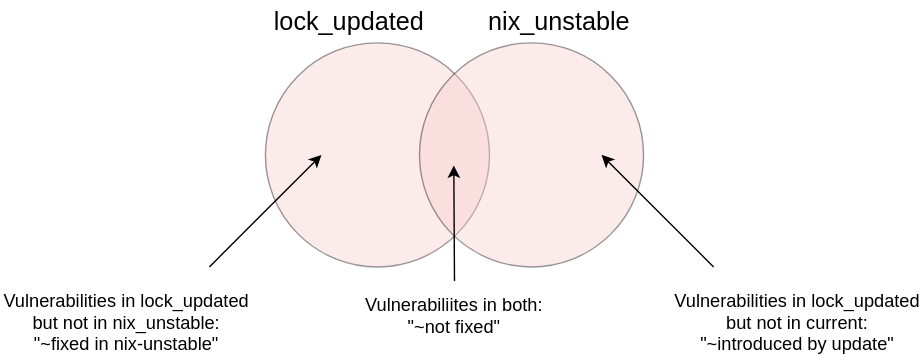
This is doc/img/lock_updated_vs_nix_unstable.drawio.svg from tiiuae/ghafscan, a draw.io export, as it was before one commit. Source tidied: cells renumbered, new cells last; positions are measured from the earlier drawing's top-left corner, leaving out a move shared by most shapes. Its diagram source:
```xml
<mxGraphModel>
  <root>
    <mxCell id="0" />
    <mxCell id="1" parent="0" />
    <mxCell id="2" style="ellipse;whiteSpace=wrap;html=1;fillColor=#f8cecc;strokeColor=#000000;textOpacity=80;opacity=40;" parent="1" vertex="1">
      <mxGeometry x="189" y="30" width="160" height="160" as="geometry" />
    </mxCell>
    <mxCell id="3" style="ellipse;whiteSpace=wrap;html=1;fillColor=#f8cecc;strokeColor=#000000;opacity=40;strokeWidth=1;" parent="1" vertex="1">
      <mxGeometry x="299" y="30" width="160" height="160" as="geometry" />
    </mxCell>
    <mxCell id="4" value="lock_updated" style="text;html=1;strokeColor=none;fillColor=none;align=center;verticalAlign=middle;whiteSpace=wrap;rounded=0;fontSize=18;" parent="1" vertex="1">
      <mxGeometry x="219" width="60" height="30" as="geometry" />
    </mxCell>
    <mxCell id="5" style="endArrow=classic;html=1;rounded=0;" parent="1" edge="1">
      <mxGeometry relative="1" as="geometry">
        <mxPoint x="324" y="200" as="sourcePoint" />
        <mxPoint x="323.5" y="117.5" as="targetPoint" />
      </mxGeometry>
    </mxCell>
    <mxCell id="6" value="Vulnerabiliites in both:&lt;br style=&quot;font-size: 13px;&quot;&gt;&quot;~not fixed&quot;" style="text;html=1;strokeColor=none;fillColor=none;align=center;verticalAlign=middle;whiteSpace=wrap;rounded=0;fontSize=13;" parent="1" vertex="1">
      <mxGeometry x="259" y="210" width="130" height="30" as="geometry" />
    </mxCell>
    <mxCell id="7" style="endArrow=classic;html=1;rounded=0;" parent="1" edge="1">
      <mxGeometry relative="1" as="geometry">
        <mxPoint x="149" y="190" as="sourcePoint" />
        <mxPoint x="229" y="110" as="targetPoint" />
      </mxGeometry>
    </mxCell>
    <mxCell id="8" value="Vulnerabilities in lock_updated but not in nix_unstable:&lt;br style=&quot;font-size: 13px;&quot;&gt;&quot;~fixed in nix-unstable&quot;" style="text;html=1;strokeColor=none;fillColor=none;align=center;verticalAlign=middle;whiteSpace=wrap;rounded=0;fontSize=13;" parent="1" vertex="1">
      <mxGeometry y="210" width="180" height="40" as="geometry" />
    </mxCell>
    <mxCell id="9" style="endArrow=classic;html=1;rounded=0;" parent="1" edge="1">
      <mxGeometry relative="1" as="geometry">
        <mxPoint x="509" y="190" as="sourcePoint" />
        <mxPoint x="429" y="110" as="targetPoint" />
      </mxGeometry>
    </mxCell>
    <mxCell id="10" value="Vulnerabilities in lock_updated but not in current:&lt;br style=&quot;font-size: 13px;&quot;&gt;&quot;~introduced by update&quot;" style="text;html=1;strokeColor=none;fillColor=none;align=center;verticalAlign=middle;whiteSpace=wrap;rounded=0;fontSize=13;" parent="1" vertex="1">
      <mxGeometry x="479" y="210" width="180" height="40" as="geometry" />
    </mxCell>
    <mxCell id="11" value="nix_unstable" style="text;html=1;strokeColor=none;fillColor=none;align=center;verticalAlign=middle;whiteSpace=wrap;rounded=0;fontSize=18;" parent="1" vertex="1">
      <mxGeometry x="334" width="130" height="30" as="geometry" />
    </mxCell>
  </root>
</mxGraphModel>
```
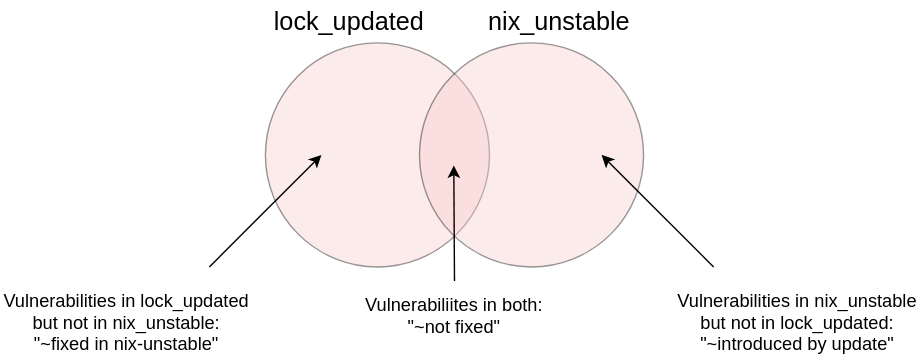
The same diagram one commit later.

Diff of the diagram source:
```diff
@@ -35,7 +35,7 @@
         <mxPoint x="429" y="110" as="targetPoint" />
       </mxGeometry>
     </mxCell>
-    <mxCell id="10" value="Vulnerabilities in lock_updated but not in current:&lt;br style=&quot;font-size: 13px;&quot;&gt;&quot;~introduced by update&quot;" style="text;html=1;strokeColor=none;fillColor=none;align=center;verticalAlign=middle;whiteSpace=wrap;rounded=0;fontSize=13;" parent="1" vertex="1">
+    <mxCell id="10" value="Vulnerabilities in nix_unstable but not in lock_updated:&lt;br style=&quot;font-size: 13px;&quot;&gt;&quot;~introduced by update&quot;" style="text;html=1;strokeColor=none;fillColor=none;align=center;verticalAlign=middle;whiteSpace=wrap;rounded=0;fontSize=13;" parent="1" vertex="1">
       <mxGeometry x="479" y="210" width="180" height="40" as="geometry" />
     </mxCell>
     <mxCell id="11" value="nix_unstable" style="text;html=1;strokeColor=none;fillColor=none;align=center;verticalAlign=middle;whiteSpace=wrap;rounded=0;fontSize=18;" parent="1" vertex="1">
```
